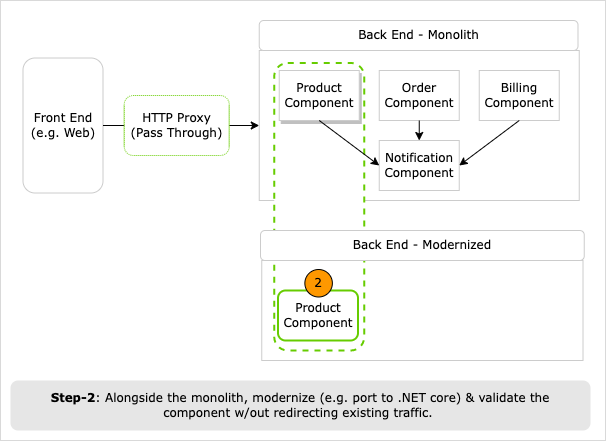
shahzadhuq/modernization-decomposing-monolith keeps this draw.io diagram as diagrams/strangler-fig-modernize-component.png. Above is the earlier version. Source tidied: cells renumbered, new cells last; positions are measured from the earlier drawing's top-left corner, leaving out a move shared by most shapes.
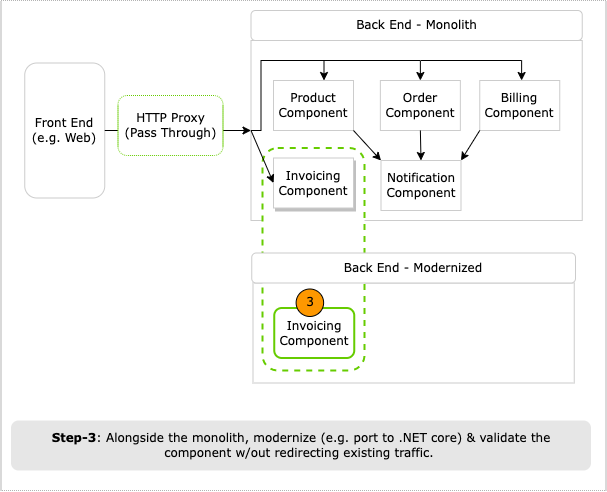
After the commit.

Commit message:
[v2-WIP] - updating strangler fig section.

What changed in the source:
```diff
@@ -3,61 +3,87 @@
     <mxCell id="0" />
     <mxCell id="1" parent="0" />
     <mxCell id="2" style="rounded=0;whiteSpace=wrap;html=1;strokeColor=#B3B3B3;fillColor=default;strokeWidth=1;dashed=1;dashPattern=1 1;shadow=0;fontFamily=Verdana;" parent="1" vertex="1">
-      <mxGeometry width="605" height="440" as="geometry" />
+      <mxGeometry x="0.5" y="270" width="605" height="490" as="geometry" />
     </mxCell>
     <mxCell id="3" style="rounded=0;whiteSpace=wrap;html=1;strokeColor=#CCCCCC;fontFamily=Verdana;" parent="1" vertex="1">
-      <mxGeometry x="258.8" y="50" width="320" height="150" as="geometry" />
+      <mxGeometry x="250.5" y="310" width="331.2" height="180" as="geometry" />
     </mxCell>
-    <mxCell id="4" style="rounded=0;whiteSpace=wrap;html=1;strokeColor=#CCCCCC;shadow=0;strokeWidth=1;fontFamily=Verdana;" parent="1" vertex="1">
-      <mxGeometry x="261.2" y="260" width="321.2" height="100" as="geometry" />
+    <mxCell id="4" value="Front End (e.g. Web)" style="text;html=1;strokeColor=#CCCCCC;fillColor=default;align=center;verticalAlign=middle;whiteSpace=wrap;rounded=1;shadow=0;fontFamily=Verdana;" parent="1" vertex="1">
+      <mxGeometry x="24.2" y="332.5" width="80" height="135" as="geometry" />
     </mxCell>
-    <mxCell id="5" style="rounded=1;whiteSpace=wrap;html=1;shadow=0;dashed=1;strokeColor=#66CC00;strokeWidth=2;fillColor=default;rotation=0;fontFamily=Verdana;" parent="1" vertex="1">
-      <mxGeometry x="273.8" y="62.5" width="90" height="287.5" as="geometry" />
+    <mxCell id="5" value="Back End - Monolith" style="text;html=1;strokeColor=#CCCCCC;fillColor=default;align=center;verticalAlign=middle;whiteSpace=wrap;rounded=1;shadow=0;fontFamily=Verdana;" parent="1" vertex="1">
+      <mxGeometry x="250.5" y="280" width="331.2" height="30" as="geometry" />
     </mxCell>
-    <mxCell id="6" value="Front End (e.g. Web)" style="text;html=1;strokeColor=#CCCCCC;fillColor=default;align=center;verticalAlign=middle;whiteSpace=wrap;rounded=1;shadow=0;fontFamily=Verdana;" parent="1" vertex="1">
-      <mxGeometry x="22.5" y="57.5" width="80" height="135" as="geometry" />
+    <mxCell id="6" value="Product Component" style="rounded=0;whiteSpace=wrap;html=1;strokeColor=#CCCCCC;fillColor=default;shadow=0;fontFamily=Verdana;" parent="1" vertex="1">
+      <mxGeometry x="273" y="350" width="80" height="50" as="geometry" />
     </mxCell>
-    <mxCell id="7" value="Back End - Monolith" style="text;html=1;strokeColor=#CCCCCC;fillColor=default;align=center;verticalAlign=middle;whiteSpace=wrap;rounded=1;shadow=0;fontFamily=Verdana;" parent="1" vertex="1">
-      <mxGeometry x="258.8" y="20" width="318.8" height="30" as="geometry" />
+    <mxCell id="7" value="Order Component" style="rounded=0;whiteSpace=wrap;html=1;strokeColor=#CCCCCC;fillColor=default;fontFamily=Verdana;" parent="1" vertex="1">
+      <mxGeometry x="379.9" y="350" width="80" height="50" as="geometry" />
     </mxCell>
-    <mxCell id="8" value="Product Component" style="rounded=0;whiteSpace=wrap;html=1;strokeColor=#CCCCCC;fillColor=default;shadow=1;fontFamily=Verdana;" parent="1" vertex="1">
-      <mxGeometry x="278.8" y="70" width="80" height="50" as="geometry" />
+    <mxCell id="8" value="Billing Component" style="rounded=0;whiteSpace=wrap;html=1;strokeColor=#CCCCCC;fillColor=default;fontFamily=Verdana;" parent="1" vertex="1">
+      <mxGeometry x="479.2" y="350" width="80" height="50" as="geometry" />
     </mxCell>
-    <mxCell id="9" value="Order Component" style="rounded=0;whiteSpace=wrap;html=1;strokeColor=#CCCCCC;fillColor=default;fontFamily=Verdana;" parent="1" vertex="1">
-      <mxGeometry x="378.8" y="70" width="80" height="50" as="geometry" />
+    <mxCell id="9" value="Notification Component" style="rounded=0;whiteSpace=wrap;html=1;strokeColor=#CCCCCC;fillColor=default;fontFamily=Verdana;" parent="1" vertex="1">
+      <mxGeometry x="380.5" y="430" width="80" height="50" as="geometry" />
     </mxCell>
-    <mxCell id="10" value="Billing Component" style="rounded=0;whiteSpace=wrap;html=1;strokeColor=#CCCCCC;fillColor=default;fontFamily=Verdana;" parent="1" vertex="1">
-      <mxGeometry x="478.8" y="70" width="80" height="50" as="geometry" />
+    <mxCell id="10" style="endArrow=classic;html=1;rounded=0;exitX=1;exitY=1;exitDx=0;exitDy=0;entryX=0;entryY=0;entryDx=0;entryDy=0;fontFamily=Verdana;" parent="1" edge="1" source="6" target="9">
+      <mxGeometry relative="1" as="geometry" />
     </mxCell>
-    <mxCell id="11" value="Notification Component" style="rounded=0;whiteSpace=wrap;html=1;strokeColor=#CCCCCC;fillColor=default;fontFamily=Verdana;" parent="1" vertex="1">
-      <mxGeometry x="378.8" y="140" width="80" height="50" as="geometry" />
+    <mxCell id="11" style="endArrow=classic;html=1;rounded=0;exitX=0.5;exitY=1;exitDx=0;exitDy=0;entryX=0.5;entryY=0;entryDx=0;entryDy=0;fontFamily=Verdana;" parent="1" edge="1" source="7" target="9">
+      <mxGeometry relative="1" as="geometry" />
     </mxCell>
-    <mxCell id="12" style="endArrow=classic;html=1;rounded=0;exitX=0.5;exitY=1;exitDx=0;exitDy=0;entryX=0;entryY=0.5;entryDx=0;entryDy=0;fontFamily=Verdana;" parent="1" edge="1" source="8" target="11">
+    <mxCell id="12" style="endArrow=classic;html=1;rounded=0;exitX=0;exitY=1;exitDx=0;exitDy=0;entryX=1;entryY=0;entryDx=0;entryDy=0;fontFamily=Verdana;" parent="1" edge="1" source="8" target="9">
       <mxGeometry relative="1" as="geometry" />
     </mxCell>
-    <mxCell id="13" style="endArrow=classic;html=1;rounded=0;exitX=0.5;exitY=1;exitDx=0;exitDy=0;entryX=0.5;entryY=0;entryDx=0;entryDy=0;fontFamily=Verdana;" parent="1" edge="1" source="9" target="11">
+    <mxCell id="13" style="endArrow=classic;html=1;rounded=0;entryX=0;entryY=0.5;entryDx=0;entryDy=0;exitX=1;exitY=0.5;exitDx=0;exitDy=0;fontFamily=Verdana;" parent="1" edge="1" source="4" target="3">
       <mxGeometry relative="1" as="geometry" />
     </mxCell>
-    <mxCell id="14" style="endArrow=classic;html=1;rounded=0;exitX=0.5;exitY=1;exitDx=0;exitDy=0;entryX=1;entryY=0.5;entryDx=0;entryDy=0;fontFamily=Verdana;" parent="1" edge="1" source="10" target="11">
-      <mxGeometry relative="1" as="geometry" />
+    <mxCell id="14" style="endArrow=classic;html=1;rounded=0;exitX=0;exitY=0.5;exitDx=0;exitDy=0;fontFamily=Verdana;edgeStyle=orthogonalEdgeStyle;" parent="1" edge="1" source="3" target="6">
+      <mxGeometry relative="1" as="geometry">
+        <Array as="points">
+          <mxPoint x="260.5" y="400" />
+          <mxPoint x="260.5" y="330" />
+          <mxPoint x="323.5" y="330" />
+        </Array>
+      </mxGeometry>
     </mxCell>
-    <mxCell id="15" style="endArrow=classic;html=1;rounded=0;entryX=0;entryY=0.5;entryDx=0;entryDy=0;startArrow=none;fontFamily=Verdana;" parent="1" edge="1" source="6" target="3">
-      <mxGeometry relative="1" as="geometry" />
+    <mxCell id="15" style="endArrow=classic;html=1;rounded=0;entryX=0.5;entryY=0;entryDx=0;entryDy=0;fontFamily=Verdana;edgeStyle=orthogonalEdgeStyle;" parent="1" edge="1" target="7">
+      <mxGeometry relative="1" as="geometry">
+        <mxPoint x="320.5" y="330" as="sourcePoint" />
+      </mxGeometry>
     </mxCell>
-    <mxCell id="16" value="HTTP Proxy&lt;br&gt;(Pass Through)" style="rounded=1;whiteSpace=wrap;html=1;shadow=0;dashed=1;strokeColor=#66CC00;strokeWidth=1;fillColor=default;rotation=0;dashPattern=1 1;fontFamily=Verdana;" parent="1" vertex="1">
-      <mxGeometry x="123.8" y="95" width="105" height="60" as="geometry" />
+    <mxCell id="16" style="endArrow=classic;html=1;rounded=0;entryX=0.5;entryY=0;entryDx=0;entryDy=0;fontFamily=Verdana;edgeStyle=orthogonalEdgeStyle;" parent="1" edge="1">
+      <mxGeometry relative="1" as="geometry">
+        <mxPoint x="420.5" y="330" as="sourcePoint" />
+        <mxPoint x="521.1" y="350" as="targetPoint" />
+      </mxGeometry>
     </mxCell>
-    <mxCell id="17" value="Product Component" style="rounded=1;whiteSpace=wrap;html=1;strokeColor=#66CC00;fillColor=default;shadow=0;strokeWidth=2;fontFamily=Verdana;" parent="1" vertex="1">
-      <mxGeometry x="277.5" y="290" width="80" height="50" as="geometry" />
+    <mxCell id="17" value="HTTP Proxy&lt;br&gt;(Pass Through)" style="rounded=1;whiteSpace=wrap;html=1;shadow=0;dashed=1;strokeColor=#66CC00;strokeWidth=1;fillColor=default;rotation=0;dashPattern=1 1;fontFamily=Verdana;" parent="1" vertex="1">
+      <mxGeometry x="117.5" y="365" width="105" height="60" as="geometry" />
     </mxCell>
-    <mxCell id="18" value="Back End - Modernized" style="text;html=1;strokeColor=#CCCCCC;fillColor=default;align=center;verticalAlign=middle;whiteSpace=wrap;rounded=1;shadow=0;strokeWidth=1;fontFamily=Verdana;" parent="1" vertex="1">
-      <mxGeometry x="260" y="230" width="323.8" height="30" as="geometry" />
+    <mxCell id="18" style="rounded=0;whiteSpace=wrap;html=1;strokeColor=#CCCCCC;shadow=0;strokeWidth=1;fontFamily=Verdana;" parent="1" vertex="1">
+      <mxGeometry x="252.5" y="552.5" width="321.2" height="100" as="geometry" />
     </mxCell>
-    <mxCell id="19" value="&lt;b&gt;Step-2&lt;/b&gt;: Alongside the monolith, modernize (e.g. port to .NET core) &amp;amp; validate the component w/out redirecting existing traffic.&amp;nbsp;" style="text;html=1;strokeColor=none;fillColor=#E6E6E6;align=center;verticalAlign=middle;whiteSpace=wrap;rounded=1;shadow=0;perimeterSpacing=0;spacing=7;fontFamily=Verdana;" parent="1" vertex="1">
-      <mxGeometry x="10" y="380" width="580" height="50" as="geometry" />
+    <mxCell id="19" style="rounded=1;whiteSpace=wrap;html=1;shadow=0;dashed=1;strokeColor=#66CC00;strokeWidth=2;fillColor=default;rotation=0;fontFamily=Verdana;" parent="1" vertex="1">
+      <mxGeometry x="262" y="417.5" width="102" height="222.5" as="geometry" />
     </mxCell>
-    <mxCell id="20" value="2" style="ellipse;whiteSpace=wrap;html=1;fillColor=#FE9800;fontFamily=Verdana;" parent="1" vertex="1">
-      <mxGeometry x="304.4" y="269" width="27.5" height="27.5" as="geometry" />
+    <mxCell id="20" value="Invoicing Component" style="rounded=1;whiteSpace=wrap;html=1;strokeColor=#66CC00;fillColor=default;shadow=0;strokeWidth=2;fontFamily=Verdana;" parent="1" vertex="1">
+      <mxGeometry x="273.8" y="577.5" width="80" height="50" as="geometry" />
     </mxCell>
+    <mxCell id="21" value="Back End - Modernized" style="text;html=1;strokeColor=#CCCCCC;fillColor=default;align=center;verticalAlign=middle;whiteSpace=wrap;rounded=1;shadow=0;strokeWidth=1;fontFamily=Verdana;" parent="1" vertex="1">
+      <mxGeometry x="251.2" y="522.5" width="323.8" height="30" as="geometry" />
+    </mxCell>
+    <mxCell id="22" value="3" style="ellipse;whiteSpace=wrap;html=1;fillColor=#FE9800;fontFamily=Verdana;" parent="1" vertex="1">
+      <mxGeometry x="295.6" y="558.5" width="27.5" height="27.5" as="geometry" />
+    </mxCell>
+    <mxCell id="23" value="Invoicing Component" style="rounded=0;whiteSpace=wrap;html=1;strokeColor=#CCCCCC;fillColor=default;shadow=1;fontFamily=Verdana;" parent="1" vertex="1">
+      <mxGeometry x="273" y="427.5" width="80" height="50" as="geometry" />
+    </mxCell>
+    <mxCell id="24" style="endArrow=classic;html=1;rounded=0;fontFamily=Verdana;entryX=0;entryY=0.5;entryDx=0;entryDy=0;exitX=0;exitY=0.5;exitDx=0;exitDy=0;" parent="1" edge="1" source="3" target="23">
+      <mxGeometry relative="1" as="geometry" />
+    </mxCell>
+    <mxCell id="25" value="&lt;b&gt;Step-3&lt;/b&gt;: Alongside the monolith, modernize (e.g. port to .NET core) &amp;amp; validate the component w/out redirecting existing traffic.&amp;nbsp;" style="text;html=1;strokeColor=none;fillColor=#E6E6E6;align=center;verticalAlign=middle;whiteSpace=wrap;rounded=1;shadow=0;perimeterSpacing=0;spacing=7;fontFamily=Verdana;" parent="1" vertex="1">
+      <mxGeometry x="10.5" y="690" width="580" height="50" as="geometry" />
+    </mxCell>
   </root>
 </mxGraphModel>
```
